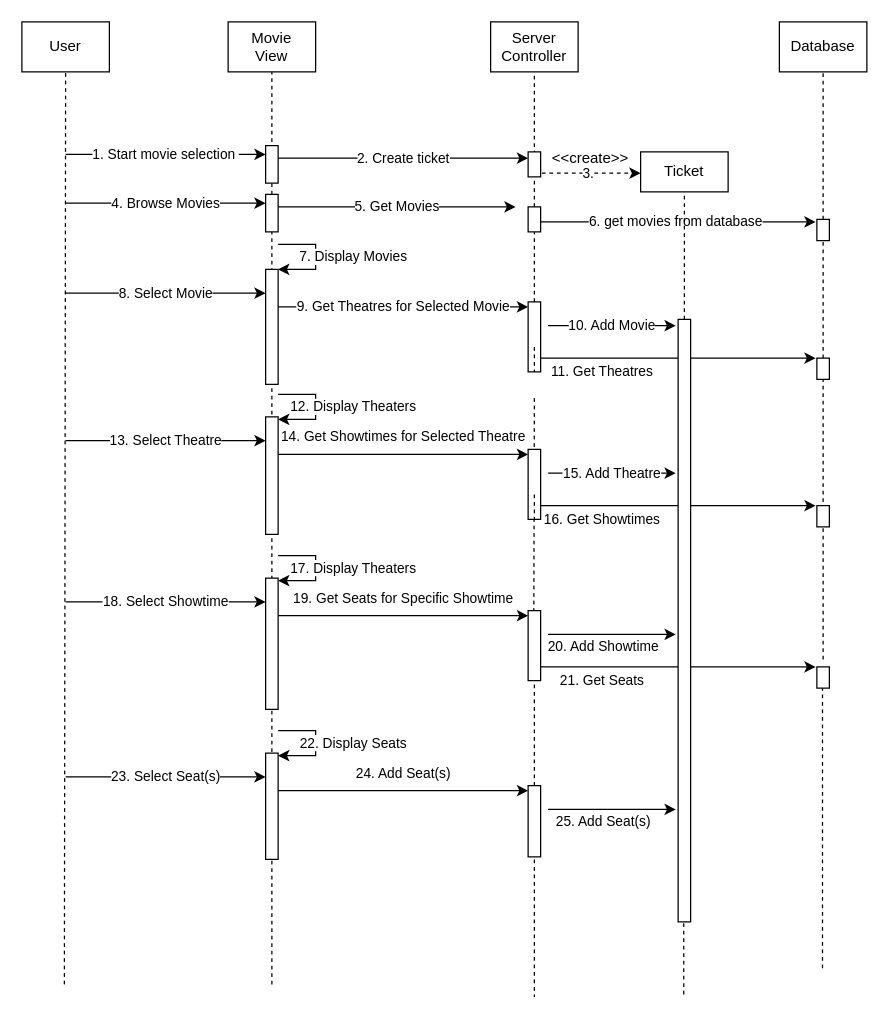
The draw.io diagram Dessign Documents/Diagrams/InteractionDiagrams/interaction_diagram_movie.drawio in folkg/movie-ticket-reservation-app, before the edit. Source tidied: cells renumbered, new cells numbered last; positions are measured from the earlier drawing's top-left corner, leaving out a move shared by most shapes. Both pictures are drawn from the tidied source at 125%, with x=0, y=0 at pixel (21, 21).
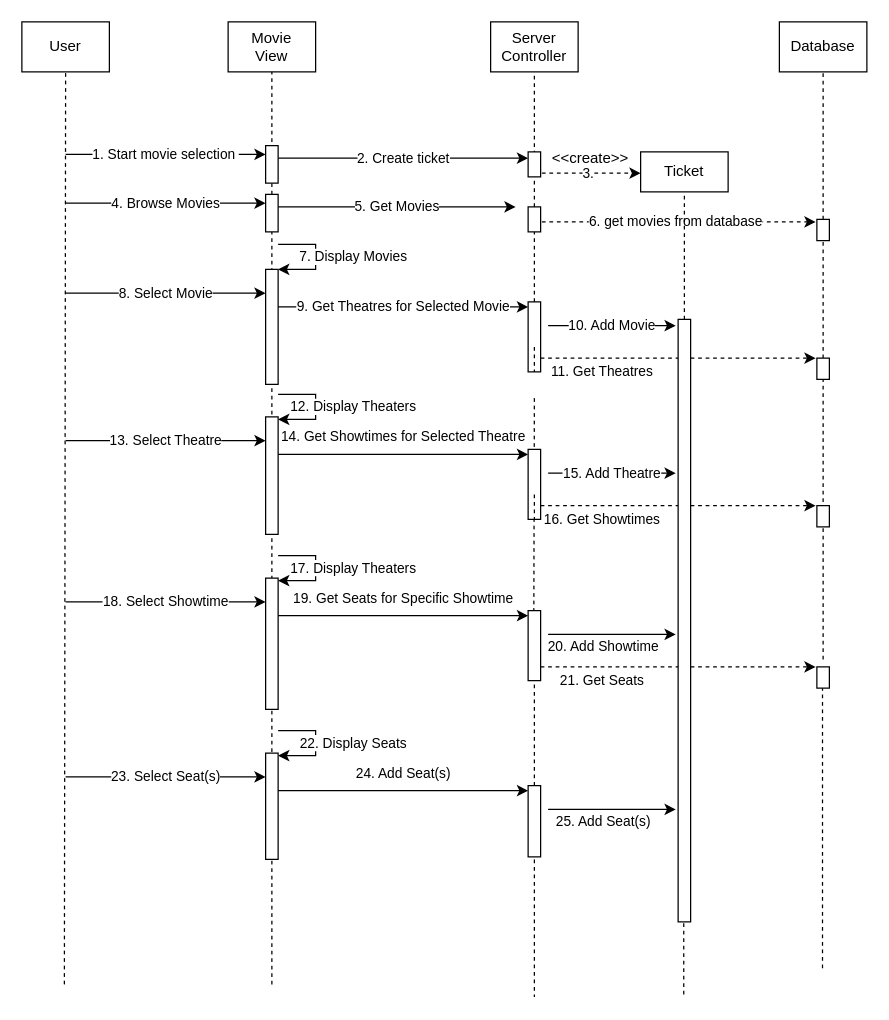
After the change.

Commit message (it also covers changes not shown here):
ticket state diagram

Change to the diagram source:
```diff
@@
-    <mxCell id="2" value="11. Get Theatres" style="endArrow=classic;html=1;rounded=0;labelBackgroundColor=#FFFFFF;fontColor=#000000;strokeColor=#000000;" parent="1" edge="1">
+    <mxCell id="2" value="11. Get Theatres" style="endArrow=classic;html=1;rounded=0;labelBackgroundColor=#FFFFFF;fontColor=#000000;strokeColor=#000000;dashed=1;" parent="1" edge="1">
       <mxGeometry x="-0.55" y="-11" relative="1" as="geometry">
         <mxPoint x="415" y="269" as="sourcePoint" />
         <mxPoint x="635" y="269" as="targetPoint" />
       </mxGeometry>
     </mxCell>
@@
-    <mxCell id="13" value="6. get movies from database" style="edgeStyle=none;html=1;labelBackgroundColor=#FFFFFF;fontColor=#000000;strokeColor=#000000;" parent="1" edge="1">
+    <mxCell id="13" value="6. get movies from database" style="edgeStyle=none;html=1;labelBackgroundColor=#FFFFFF;fontColor=#000000;strokeColor=#000000;dashed=1;" parent="1" edge="1">
       <mxGeometry relative="1" as="geometry">
         <mxPoint x="410" y="160" as="sourcePoint" />
         <mxPoint x="635" y="160" as="targetPoint" />
       </mxGeometry>
     </mxCell>
@@
-    <mxCell id="39" value="16. Get Showtimes" style="endArrow=classic;html=1;rounded=0;labelBackgroundColor=#FFFFFF;fontColor=#000000;strokeColor=#000000;" parent="1" edge="1">
+    <mxCell id="39" value="16. Get Showtimes" style="endArrow=classic;html=1;rounded=0;labelBackgroundColor=#FFFFFF;fontColor=#000000;strokeColor=#000000;dashed=1;" parent="1" edge="1">
       <mxGeometry x="-0.55" y="-11" relative="1" as="geometry">
         <mxPoint x="415" y="387" as="sourcePoint" />
         <mxPoint x="635" y="387" as="targetPoint" />
       </mxGeometry>
     </mxCell>
@@
-    <mxCell id="48" value="21. Get Seats" style="endArrow=classic;html=1;rounded=0;labelBackgroundColor=#FFFFFF;fontColor=#000000;strokeColor=#000000;" parent="1" edge="1">
+    <mxCell id="48" value="21. Get Seats" style="endArrow=classic;html=1;rounded=0;labelBackgroundColor=#FFFFFF;fontColor=#000000;strokeColor=#000000;dashed=1;" parent="1" edge="1">
       <mxGeometry x="-0.55" y="-11" relative="1" as="geometry">
         <mxPoint x="415" y="516" as="sourcePoint" />
         <mxPoint x="635" y="516" as="targetPoint" />
       </mxGeometry>
     </mxCell>
```
